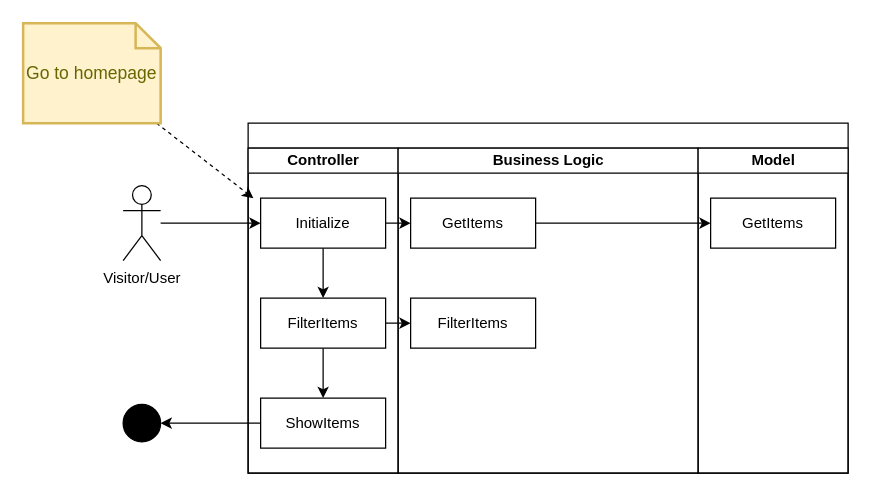
JochemGrootherder/educom-webshop-runtime-records keeps this draw.io diagram as diagrams/ASD/FilterItems.drawio. Above is the earlier version. Source tidied: cells renumbered, new cells numbered last; positions are measured from the earlier drawing's top-left corner, leaving out a move shared by most shapes. Both pictures are drawn from the tidied source at 125%, with x=0, y=0 at pixel (22, 22).
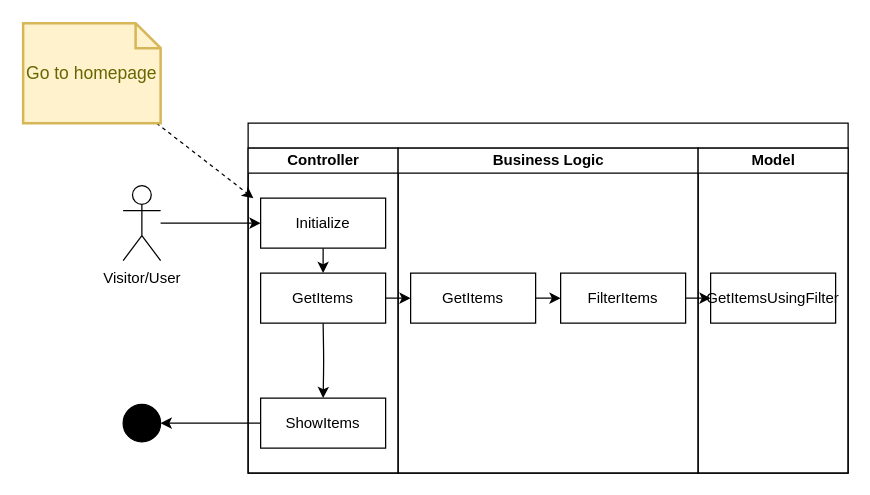
The same diagram, later.

Unchanged cells that the change refers to:
```xml
<mxCell id="2" style="swimlane;startSize=20;html=1;" parent="1" vertex="1">
  <mxGeometry x="180" y="80" width="480" height="280" as="geometry" />
</mxCell>
<mxCell id="3" value="Controller" style="swimlane;startSize=20;html=1;" parent="2" vertex="1">
  <mxGeometry y="20" width="120" height="260" as="geometry" />
</mxCell>
<mxCell id="5" value="Initialize" style="rounded=0;whiteSpace=wrap;html=1;" parent="3" vertex="1">
  <mxGeometry x="10" y="40" width="100" height="40" as="geometry" />
</mxCell>
<mxCell id="8" value="ShowItems" style="rounded=0;whiteSpace=wrap;html=1;" parent="3" vertex="1">
  <mxGeometry x="10" y="200" width="100" height="40" as="geometry" />
</mxCell>
<mxCell id="10" value="Business Logic" style="swimlane;startSize=20;html=1;" parent="2" vertex="1">
  <mxGeometry x="120" y="20" width="240" height="260" as="geometry" />
</mxCell>
<mxCell id="13" value="Model" style="swimlane;startSize=20;html=1;" parent="2" vertex="1">
  <mxGeometry x="360" y="20" width="120" height="260" as="geometry" />
</mxCell>
```

Change to the diagram source:
```diff
@@
-    <mxCell id="4" style="edgeStyle=none;html=1;" parent="3" edge="1" source="5" target="7">
-      <mxGeometry relative="1" as="geometry" />
+    <mxCell id="4" style="edgeStyle=none;html=1;" parent="3" edge="1" source="5">
+      <mxGeometry relative="1" as="geometry">
+        <mxPoint x="60" y="100" as="targetPoint" />
+      </mxGeometry>
     </mxCell>
@@
-    <mxCell id="6" style="edgeStyle=orthogonalEdgeStyle;html=1;fontSize=15;" parent="3" edge="1" source="7" target="8">
-      <mxGeometry relative="1" as="geometry" />
+    <mxCell id="6" style="edgeStyle=orthogonalEdgeStyle;html=1;fontSize=15;" parent="3" edge="1" target="8">
+      <mxGeometry relative="1" as="geometry">
+        <mxPoint x="60" y="140" as="sourcePoint" />
+      </mxGeometry>
     </mxCell>
-    <mxCell id="7" value="FilterItems" style="rounded=0;whiteSpace=wrap;html=1;" parent="3" vertex="1">
-      <mxGeometry x="10" y="120" width="100" height="40" as="geometry" />
-    </mxCell>
@@
-    <mxCell id="9" style="edgeStyle=none;html=1;" parent="2" edge="1" source="5" target="11">
-      <mxGeometry relative="1" as="geometry" />
-    </mxCell>
+    <mxCell id="11" value="GetItems" style="rounded=0;whiteSpace=wrap;html=1;" parent="3" vertex="1">
+      <mxGeometry x="10" y="100" width="100" height="40" as="geometry" />
+    </mxCell>
@@
-    <mxCell id="11" value="GetItems" style="rounded=0;whiteSpace=wrap;html=1;" parent="10" vertex="1">
-      <mxGeometry x="10" y="40" width="100" height="40" as="geometry" />
-    </mxCell>
     <mxCell id="12" value="FilterItems" style="rounded=0;whiteSpace=wrap;html=1;" parent="10" vertex="1">
-      <mxGeometry x="10" y="120" width="100" height="40" as="geometry" />
+      <mxGeometry x="130" y="100" width="100" height="40" as="geometry" />
     </mxCell>
+    <mxCell id="23" style="edgeStyle=none;html=1;" parent="10" edge="1" source="14" target="12">
+      <mxGeometry relative="1" as="geometry" />
+    </mxCell>
+    <mxCell id="14" value="GetItems" style="rounded=0;whiteSpace=wrap;html=1;" parent="10" vertex="1">
+      <mxGeometry x="10" y="100" width="100" height="40" as="geometry" />
+    </mxCell>
@@
-    <mxCell id="14" value="GetItems" style="rounded=0;whiteSpace=wrap;html=1;" parent="13" vertex="1">
-      <mxGeometry x="10" y="40" width="100" height="40" as="geometry" />
-    </mxCell>
+    <mxCell id="24" value="GetItemsUsingFilter" style="rounded=0;whiteSpace=wrap;html=1;" parent="13" vertex="1">
+      <mxGeometry x="10" y="100" width="100" height="40" as="geometry" />
+    </mxCell>
@@
-    <mxCell id="16" style="edgeStyle=none;html=1;" parent="2" edge="1" source="7" target="12">
-      <mxGeometry relative="1" as="geometry" />
-    </mxCell>
+    <mxCell id="25" style="edgeStyle=none;html=1;" parent="2" edge="1" source="12" target="24">
+      <mxGeometry relative="1" as="geometry" />
+    </mxCell>
```
